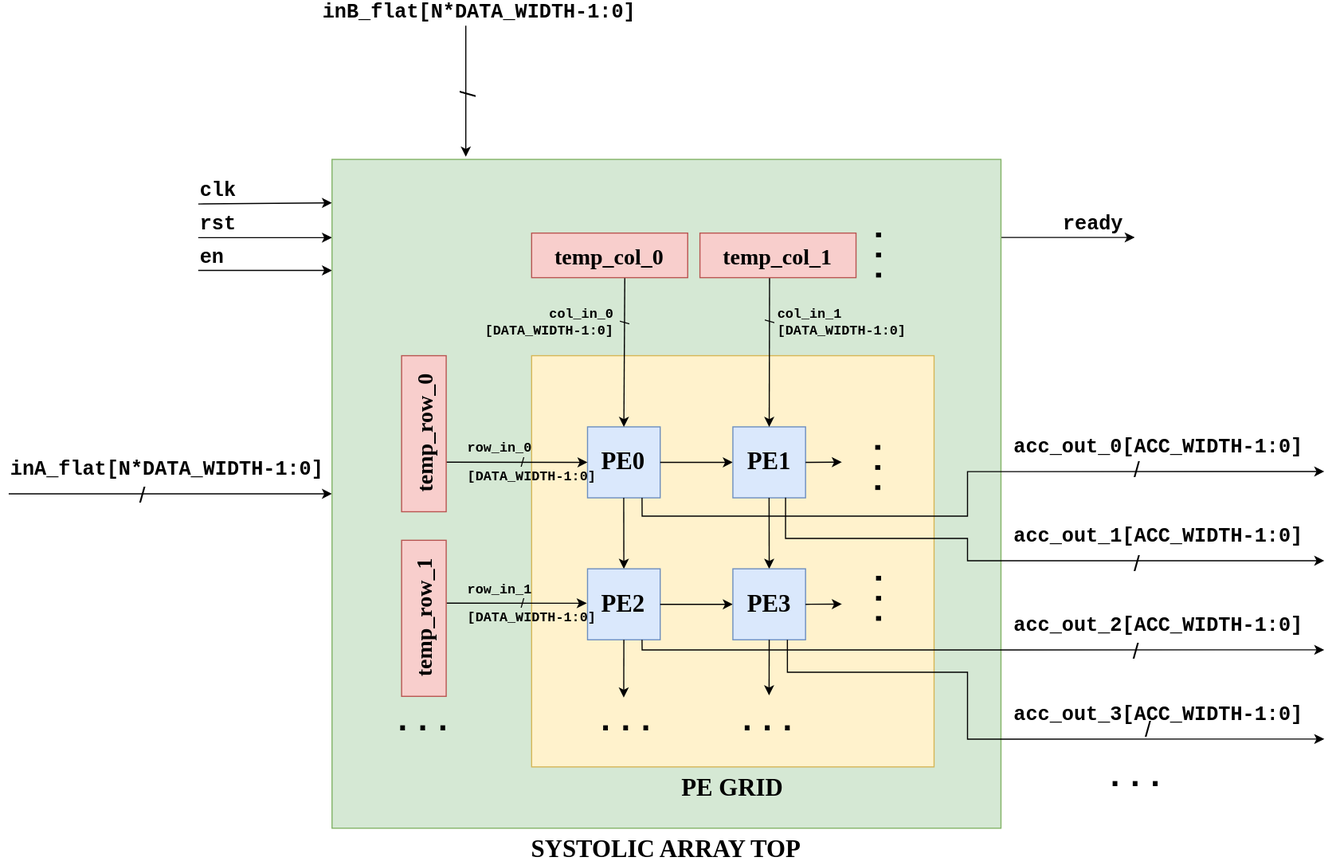
The draw.io diagram Figure/hierarchy.svg in nhatnamhuynh/parameterized-systolic-array, before a commit. Source tidied: cells renumbered, new cells last; positions are measured from the earlier drawing's top-left corner, leaving out a move shared by most shapes.
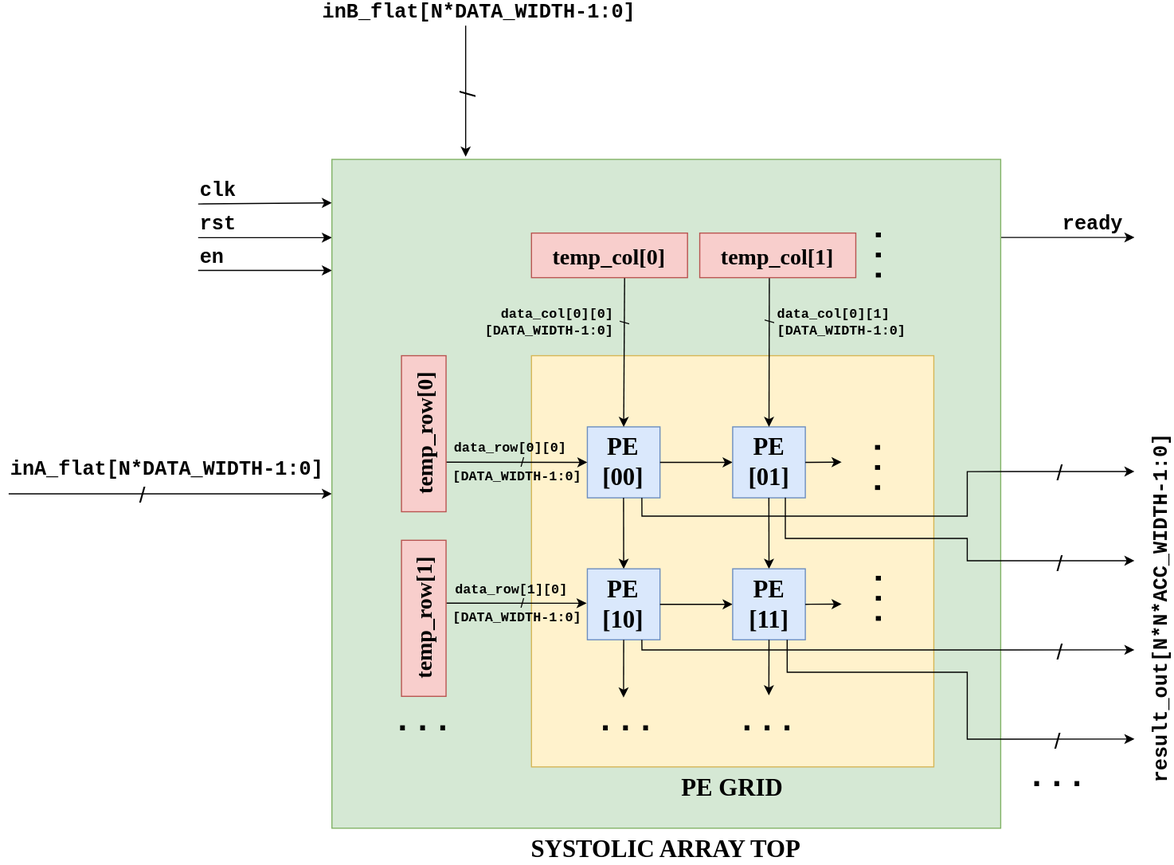
The same diagram one commit later.

Commit message:
docs: modify hierarchy diagram

What changed in the source:
```diff
@@ -56,26 +56,17 @@
     <mxCell id="14" value="inB_flat[N*DATA_WIDTH-1:0]" style="text;html=1;whiteSpace=wrap;strokeColor=none;fillColor=none;align=left;verticalAlign=middle;rounded=0;fontSize=18;fontFamily=Courier New;fontStyle=1;" parent="1" vertex="1">
       <mxGeometry x="280" width="290" height="16.1" as="geometry" />
     </mxCell>
-    <mxCell id="15" value="acc_out_1[ACC_WIDTH-1:0]" style="text;html=1;whiteSpace=wrap;strokeColor=none;fillColor=none;align=left;verticalAlign=middle;rounded=0;fontSize=18;fontFamily=Courier New;fontStyle=1;" parent="1" vertex="1">
-      <mxGeometry x="900" y="470" width="290" height="16.1" as="geometry" />
-    </mxCell>
     <mxCell id="16" value="SYSTOLIC ARRAY TOP" style="rounded=0;whiteSpace=wrap;html=1;fillColor=#d5e8d4;strokeColor=#82b366;fontFamily=Comic Sans MS;fontSize=22;fontStyle=1;labelPosition=center;verticalLabelPosition=bottom;align=center;verticalAlign=top;" parent="1" vertex="1">
       <mxGeometry x="290" y="140" width="600" height="600" as="geometry" />
     </mxCell>
     <mxCell id="17" value="ready" style="text;html=1;whiteSpace=wrap;strokeColor=none;fillColor=none;align=right;verticalAlign=middle;rounded=0;fontSize=18;fontFamily=Courier New;fontStyle=1;" parent="1" vertex="1">
       <mxGeometry x="940" y="190" width="62.2" height="16.1" as="geometry" />
     </mxCell>
-    <mxCell id="18" value="acc_out_2[ACC_WIDTH-1:0]" style="text;html=1;whiteSpace=wrap;strokeColor=none;fillColor=none;align=left;verticalAlign=middle;rounded=0;fontSize=18;fontFamily=Courier New;fontStyle=1;" parent="1" vertex="1">
-      <mxGeometry x="900" y="550" width="290" height="16.1" as="geometry" />
-    </mxCell>
-    <mxCell id="19" value="acc_out_0[ACC_WIDTH-1:0]" style="text;html=1;whiteSpace=wrap;strokeColor=none;fillColor=none;align=left;verticalAlign=middle;rounded=0;fontSize=18;fontFamily=Courier New;fontStyle=1;" parent="1" vertex="1">
-      <mxGeometry x="900" y="390" width="290" height="16.1" as="geometry" />
+    <mxCell id="19" value="result_out[N*N*ACC_WIDTH-1:0]" style="text;html=1;whiteSpace=wrap;strokeColor=none;fillColor=none;align=left;verticalAlign=middle;rounded=0;fontSize=18;fontFamily=Courier New;fontStyle=1;rotation=270;" parent="1" vertex="1">
+      <mxGeometry x="849.1" y="508" width="370" height="16.1" as="geometry" />
     </mxCell>
-    <mxCell id="20" value="acc_out_3[ACC_WIDTH-1:0]" style="text;html=1;whiteSpace=wrap;strokeColor=none;fillColor=none;align=left;verticalAlign=middle;rounded=0;fontSize=18;fontFamily=Courier New;fontStyle=1;" parent="1" vertex="1">
-      <mxGeometry x="900" y="630" width="290" height="16.1" as="geometry" />
-    </mxCell>
     <mxCell id="21" value="..." style="text;html=1;whiteSpace=wrap;strokeColor=none;fillColor=none;align=center;verticalAlign=middle;rounded=0;fontSize=30;fontFamily=Courier New;fontStyle=1;" parent="1" vertex="1">
-      <mxGeometry x="980" y="685" width="62.2" height="16.1" as="geometry" />
+      <mxGeometry x="910" y="685" width="62.2" height="16.1" as="geometry" />
     </mxCell>
     <mxCell id="22" value="PE GRID" style="rounded=0;whiteSpace=wrap;html=1;fillColor=#fff2cc;strokeColor=#d6b656;fontFamily=Comic Sans MS;fontSize=22;fontStyle=1;labelPosition=center;verticalLabelPosition=bottom;align=center;verticalAlign=top;horizontal=1;textDirection=ltr;" parent="1" vertex="1">
       <mxGeometry x="469" y="316.1" width="361" height="368.9" as="geometry" />
@@ -92,7 +83,7 @@
     <mxCell id="26" value="..." style="text;html=1;whiteSpace=wrap;strokeColor=none;fillColor=none;align=center;verticalAlign=middle;rounded=0;fontSize=30;fontFamily=Courier New;fontStyle=1;horizontal=0;" parent="1" vertex="1">
       <mxGeometry x="747.3" y="410" width="52.4" height="13.5" as="geometry" />
     </mxCell>
-    <mxCell id="27" value="PE0" style="rounded=0;whiteSpace=wrap;html=1;fillColor=#dae8fc;strokeColor=#6c8ebf;fontFamily=Comic Sans MS;fontSize=22;fontStyle=1;" parent="1" vertex="1">
+    <mxCell id="27" value="PE [00]" style="rounded=0;whiteSpace=wrap;html=1;fillColor=#dae8fc;strokeColor=#6c8ebf;fontFamily=Comic Sans MS;fontSize=22;fontStyle=1;" parent="1" vertex="1">
       <mxGeometry x="519.2" y="379.9" width="65.2" height="63.7" as="geometry" />
     </mxCell>
     <mxCell id="28" style="endArrow=classic;html=1;rounded=0;entryX=0;entryY=0.5;entryDx=0;entryDy=0;exitX=1;exitY=0.5;exitDx=0;exitDy=0;" parent="1" edge="1" source="27" target="32">
@@ -111,7 +102,7 @@
         <mxPoint x="551.6" y="443.6" as="sourcePoint" />
       </mxGeometry>
     </mxCell>
-    <mxCell id="32" value="PE1" style="rounded=0;whiteSpace=wrap;html=1;fillColor=#dae8fc;strokeColor=#6c8ebf;fontFamily=Comic Sans MS;fontSize=22;fontStyle=1;" parent="1" vertex="1">
+    <mxCell id="32" value="PE [01]" style="rounded=0;whiteSpace=wrap;html=1;fillColor=#dae8fc;strokeColor=#6c8ebf;fontFamily=Comic Sans MS;fontSize=22;fontStyle=1;" parent="1" vertex="1">
       <mxGeometry x="649.5" y="379.9" width="65.2" height="63.7" as="geometry" />
     </mxCell>
     <mxCell id="33" style="endArrow=classic;html=1;rounded=0;entryX=0;entryY=0.25;entryDx=0;entryDy=0;exitX=1;exitY=0.5;exitDx=0;exitDy=0;" parent="1" edge="1" source="32">
@@ -132,7 +123,7 @@
         <mxPoint x="682" y="443.6" as="sourcePoint" />
       </mxGeometry>
     </mxCell>
-    <mxCell id="37" value="PE2" style="rounded=0;whiteSpace=wrap;html=1;fillColor=#dae8fc;strokeColor=#6c8ebf;fontFamily=Comic Sans MS;fontSize=22;fontStyle=1;" parent="1" vertex="1">
+    <mxCell id="37" value="PE [10]" style="rounded=0;whiteSpace=wrap;html=1;fillColor=#dae8fc;strokeColor=#6c8ebf;fontFamily=Comic Sans MS;fontSize=22;fontStyle=1;" parent="1" vertex="1">
       <mxGeometry x="519.2" y="507.3" width="65.2" height="63.7" as="geometry" />
     </mxCell>
     <mxCell id="38" style="endArrow=classic;html=1;rounded=0;entryX=0;entryY=0.5;entryDx=0;entryDy=0;exitX=1;exitY=0.5;exitDx=0;exitDy=0;" parent="1" edge="1" source="37" target="40">
@@ -143,7 +134,7 @@
         <mxPoint x="551.6" y="622.8" as="targetPoint" />
       </mxGeometry>
     </mxCell>
-    <mxCell id="40" value="PE3" style="rounded=0;whiteSpace=wrap;html=1;fillColor=#dae8fc;strokeColor=#6c8ebf;fontFamily=Comic Sans MS;fontSize=22;fontStyle=1;" parent="1" vertex="1">
+    <mxCell id="40" value="PE [11]" style="rounded=0;whiteSpace=wrap;html=1;fillColor=#dae8fc;strokeColor=#6c8ebf;fontFamily=Comic Sans MS;fontSize=22;fontStyle=1;" parent="1" vertex="1">
       <mxGeometry x="649.5" y="507.3" width="65.2" height="63.7" as="geometry" />
     </mxCell>
     <mxCell id="41" style="endArrow=classic;html=1;rounded=0;entryX=0;entryY=0.25;entryDx=0;entryDy=0;exitX=1;exitY=0.5;exitDx=0;exitDy=0;" parent="1" edge="1" source="40">
@@ -162,11 +153,11 @@
     <mxCell id="44" value="/" style="edgeLabel;html=1;align=center;verticalAlign=middle;fontSize=12;labelBackgroundColor=none;" parent="43" vertex="1">
       <mxGeometry x="0.07" relative="1" as="geometry" />
     </mxCell>
-    <mxCell id="45" value="row_in_0" style="text;html=1;whiteSpace=wrap;strokeColor=none;fillColor=none;align=left;verticalAlign=middle;rounded=0;fontSize=12;fontFamily=Courier New;fontStyle=1;" parent="1" vertex="1">
-      <mxGeometry x="410" y="393.2" width="244.6" height="13.5" as="geometry" />
+    <mxCell id="45" value="data_row[0][0]" style="text;html=1;whiteSpace=wrap;strokeColor=none;fillColor=none;align=left;verticalAlign=middle;rounded=0;fontSize=12;fontFamily=Courier New;fontStyle=1;" parent="1" vertex="1">
+      <mxGeometry x="398" y="393.2" width="244.6" height="13.5" as="geometry" />
     </mxCell>
     <mxCell id="46" value="[DATA_WIDTH-1:0]" style="text;html=1;whiteSpace=wrap;strokeColor=none;fillColor=none;align=left;verticalAlign=middle;rounded=0;fontSize=12;fontFamily=Courier New;fontStyle=1;" parent="1" vertex="1">
-      <mxGeometry x="410" y="418.3" width="244.6" height="13.5" as="geometry" />
+      <mxGeometry x="397" y="418.3" width="244.6" height="13.5" as="geometry" />
     </mxCell>
     <mxCell id="47" style="endArrow=classic;html=1;rounded=0;entryX=-0.01;entryY=0.485;entryDx=0;entryDy=0;entryPerimeter=0;exitX=0.597;exitY=1.006;exitDx=0;exitDy=0;exitPerimeter=0;" parent="1" edge="1" source="62" target="37">
       <mxGeometry relative="1" as="geometry" />
@@ -174,21 +165,21 @@
     <mxCell id="48" value="/" style="edgeLabel;html=1;align=center;verticalAlign=middle;fontSize=12;labelBackgroundColor=none;" parent="47" vertex="1">
       <mxGeometry x="0.07" relative="1" as="geometry" />
     </mxCell>
-    <mxCell id="49" value="row_in_1" style="text;html=1;whiteSpace=wrap;strokeColor=none;fillColor=none;align=left;verticalAlign=middle;rounded=0;fontSize=12;fontFamily=Courier New;fontStyle=1;" parent="1" vertex="1">
-      <mxGeometry x="410" y="519.8" width="244.6" height="13.5" as="geometry" />
+    <mxCell id="49" value="data_row[1][0]" style="text;html=1;whiteSpace=wrap;strokeColor=none;fillColor=none;align=left;verticalAlign=middle;rounded=0;fontSize=12;fontFamily=Courier New;fontStyle=1;" parent="1" vertex="1">
+      <mxGeometry x="399" y="519.8" width="244.6" height="13.5" as="geometry" />
     </mxCell>
     <mxCell id="50" value="[DATA_WIDTH-1:0]" style="text;html=1;whiteSpace=wrap;strokeColor=none;fillColor=none;align=left;verticalAlign=middle;rounded=0;fontSize=12;fontFamily=Courier New;fontStyle=1;" parent="1" vertex="1">
-      <mxGeometry x="410" y="545" width="244.6" height="13.5" as="geometry" />
+      <mxGeometry x="397" y="545" width="244.6" height="13.5" as="geometry" />
     </mxCell>
-    <mxCell id="51" value="col_in_0&lt;div&gt;[DATA_WIDTH-1:0]&lt;/div&gt;" style="text;html=1;whiteSpace=wrap;strokeColor=none;fillColor=none;align=right;verticalAlign=middle;rounded=0;fontSize=12;fontFamily=Courier New;fontStyle=1;" parent="1" vertex="1">
+    <mxCell id="51" value="data_col[0][0]&lt;br&gt;&lt;div&gt;[DATA_WIDTH-1:0]&lt;/div&gt;" style="text;html=1;whiteSpace=wrap;strokeColor=none;fillColor=none;align=right;verticalAlign=middle;rounded=0;fontSize=12;fontFamily=Courier New;fontStyle=1;" parent="1" vertex="1">
       <mxGeometry x="300" y="280" width="244.6" height="13.5" as="geometry" />
     </mxCell>
-    <mxCell id="52" value="col_in_1&lt;div&gt;[DATA_WIDTH-1:0]&lt;/div&gt;" style="text;html=1;whiteSpace=wrap;strokeColor=none;fillColor=none;align=left;verticalAlign=middle;rounded=0;fontSize=12;fontFamily=Courier New;fontStyle=1;" parent="1" vertex="1">
+    <mxCell id="52" value="data_col[0][1]&lt;br&gt;&lt;div&gt;[DATA_WIDTH-1:0]&lt;/div&gt;" style="text;html=1;whiteSpace=wrap;strokeColor=none;fillColor=none;align=left;verticalAlign=middle;rounded=0;fontSize=12;fontFamily=Courier New;fontStyle=1;" parent="1" vertex="1">
       <mxGeometry x="688" y="280" width="244.6" height="13.5" as="geometry" />
     </mxCell>
-    <mxCell id="53" style="endArrow=classic;html=1;rounded=0;entryX=0;entryY=0.5;entryDx=0;entryDy=0;exitX=0.75;exitY=1;exitDx=0;exitDy=0;edgeStyle=orthogonalEdgeStyle;" parent="1" edge="1" source="27">
+    <mxCell id="53" style="endArrow=classic;html=1;rounded=0;exitX=0.75;exitY=1;exitDx=0;exitDy=0;edgeStyle=orthogonalEdgeStyle;" parent="1" edge="1" source="27">
       <mxGeometry relative="1" as="geometry">
-        <mxPoint x="1180" y="420" as="targetPoint" />
+        <mxPoint x="1010" y="420" as="targetPoint" />
         <Array as="points">
           <mxPoint x="568.1" y="460" />
           <mxPoint x="860" y="460" />
@@ -201,9 +192,9 @@
         <mxPoint x="187" y="37" as="offset" />
       </mxGeometry>
     </mxCell>
-    <mxCell id="55" style="endArrow=classic;html=1;rounded=0;entryX=0;entryY=0.5;entryDx=0;entryDy=0;exitX=0.631;exitY=0.345;exitDx=0;exitDy=0;exitPerimeter=0;edgeStyle=orthogonalEdgeStyle;" parent="1" edge="1" source="22">
+    <mxCell id="55" style="endArrow=classic;html=1;rounded=0;exitX=0.631;exitY=0.345;exitDx=0;exitDy=0;exitPerimeter=0;edgeStyle=orthogonalEdgeStyle;" parent="1" edge="1" source="22">
       <mxGeometry relative="1" as="geometry">
-        <mxPoint x="1180" y="500" as="targetPoint" />
+        <mxPoint x="1010" y="500" as="targetPoint" />
         <Array as="points">
           <mxPoint x="696.8" y="480" />
           <mxPoint x="860" y="480" />
@@ -213,12 +204,12 @@
     </mxCell>
     <mxCell id="56" value="/" style="edgeLabel;html=1;align=center;verticalAlign=middle;fontSize=20;labelBackgroundColor=none;" parent="55" vertex="1">
       <mxGeometry x="-0.18" y="-4" relative="1" as="geometry">
-        <mxPoint x="151" y="-87" as="offset" />
+        <mxPoint x="131" y="-64" as="offset" />
       </mxGeometry>
     </mxCell>
-    <mxCell id="57" style="endArrow=classic;html=1;rounded=0;entryX=0;entryY=0.5;entryDx=0;entryDy=0;exitX=0.75;exitY=1;exitDx=0;exitDy=0;edgeStyle=orthogonalEdgeStyle;" parent="1" edge="1" source="37">
+    <mxCell id="57" style="endArrow=classic;html=1;rounded=0;exitX=0.75;exitY=1;exitDx=0;exitDy=0;edgeStyle=orthogonalEdgeStyle;" parent="1" edge="1" source="37">
       <mxGeometry relative="1" as="geometry">
-        <mxPoint x="1180" y="580" as="targetPoint" />
+        <mxPoint x="1010" y="580" as="targetPoint" />
         <Array as="points">
           <mxPoint x="568.1" y="580" />
         </Array>
@@ -226,12 +217,12 @@
     </mxCell>
     <mxCell id="58" value="/" style="edgeLabel;html=1;align=center;verticalAlign=middle;fontSize=20;labelBackgroundColor=none;" parent="57" vertex="1">
       <mxGeometry x="-0.18" y="-4" relative="1" as="geometry">
-        <mxPoint x="197" y="-4" as="offset" />
+        <mxPoint x="198" y="-3" as="offset" />
       </mxGeometry>
     </mxCell>
-    <mxCell id="59" style="endArrow=classic;html=1;rounded=0;entryX=0;entryY=0.5;entryDx=0;entryDy=0;exitX=0.75;exitY=1;exitDx=0;exitDy=0;edgeStyle=orthogonalEdgeStyle;" parent="1" edge="1" source="40">
+    <mxCell id="59" style="endArrow=classic;html=1;rounded=0;exitX=0.75;exitY=1;exitDx=0;exitDy=0;edgeStyle=orthogonalEdgeStyle;" parent="1" edge="1" source="40">
       <mxGeometry relative="1" as="geometry">
-        <mxPoint x="1180" y="660" as="targetPoint" />
+        <mxPoint x="1010" y="660" as="targetPoint" />
         <Array as="points">
           <mxPoint x="698.4" y="600" />
           <mxPoint x="860" y="600" />
@@ -241,19 +232,19 @@
     </mxCell>
     <mxCell id="60" value="/" style="edgeLabel;html=1;align=center;verticalAlign=middle;fontSize=20;labelBackgroundColor=none;" parent="59" vertex="1">
       <mxGeometry x="-0.18" y="-4" relative="1" as="geometry">
-        <mxPoint x="165" y="8" as="offset" />
+        <mxPoint x="108" y="57" as="offset" />
       </mxGeometry>
     </mxCell>
-    <mxCell id="61" value="temp_row_0" style="rounded=0;whiteSpace=wrap;html=1;fillColor=#f8cecc;strokeColor=#b85450;fontFamily=Comic Sans MS;fontSize=20;fontStyle=1;labelPosition=center;verticalLabelPosition=middle;align=center;verticalAlign=middle;rotation=-90;" parent="1" vertex="1">
+    <mxCell id="61" value="temp_row[0]" style="rounded=0;whiteSpace=wrap;html=1;fillColor=#f8cecc;strokeColor=#b85450;fontFamily=Comic Sans MS;fontSize=20;fontStyle=1;labelPosition=center;verticalLabelPosition=middle;align=center;verticalAlign=middle;rotation=-90;" parent="1" vertex="1">
       <mxGeometry x="302.4" y="366.1" width="140" height="40" as="geometry" />
     </mxCell>
-    <mxCell id="62" value="temp_row_1" style="rounded=0;whiteSpace=wrap;html=1;fillColor=#f8cecc;strokeColor=#b85450;fontFamily=Comic Sans MS;fontSize=20;fontStyle=1;labelPosition=center;verticalLabelPosition=middle;align=center;verticalAlign=middle;rotation=-90;" parent="1" vertex="1">
+    <mxCell id="62" value="temp_row[1]" style="rounded=0;whiteSpace=wrap;html=1;fillColor=#f8cecc;strokeColor=#b85450;fontFamily=Comic Sans MS;fontSize=20;fontStyle=1;labelPosition=center;verticalLabelPosition=middle;align=center;verticalAlign=middle;rotation=-90;" parent="1" vertex="1">
       <mxGeometry x="302.4" y="531.7" width="140" height="40" as="geometry" />
     </mxCell>
-    <mxCell id="63" value="temp_col_0" style="rounded=0;whiteSpace=wrap;html=1;fillColor=#f8cecc;strokeColor=#b85450;fontFamily=Comic Sans MS;fontSize=20;fontStyle=1;labelPosition=center;verticalLabelPosition=middle;align=center;verticalAlign=middle;rotation=0;" parent="1" vertex="1">
+    <mxCell id="63" value="temp_col[0]" style="rounded=0;whiteSpace=wrap;html=1;fillColor=#f8cecc;strokeColor=#b85450;fontFamily=Comic Sans MS;fontSize=20;fontStyle=1;labelPosition=center;verticalLabelPosition=middle;align=center;verticalAlign=middle;rotation=0;" parent="1" vertex="1">
       <mxGeometry x="469" y="206.1" width="140" height="40" as="geometry" />
     </mxCell>
-    <mxCell id="64" value="temp_col_1" style="rounded=0;whiteSpace=wrap;html=1;fillColor=#f8cecc;strokeColor=#b85450;fontFamily=Comic Sans MS;fontSize=20;fontStyle=1;labelPosition=center;verticalLabelPosition=middle;align=center;verticalAlign=middle;rotation=0;" parent="1" vertex="1">
+    <mxCell id="64" value="temp_col[1]" style="rounded=0;whiteSpace=wrap;html=1;fillColor=#f8cecc;strokeColor=#b85450;fontFamily=Comic Sans MS;fontSize=20;fontStyle=1;labelPosition=center;verticalLabelPosition=middle;align=center;verticalAlign=middle;rotation=0;" parent="1" vertex="1">
       <mxGeometry x="620" y="206.1" width="140" height="40" as="geometry" />
     </mxCell>
     <mxCell id="65" value="..." style="text;html=1;whiteSpace=wrap;strokeColor=none;fillColor=none;align=center;verticalAlign=middle;rounded=0;fontSize=30;fontFamily=Courier New;fontStyle=1;" parent="1" vertex="1">
```
